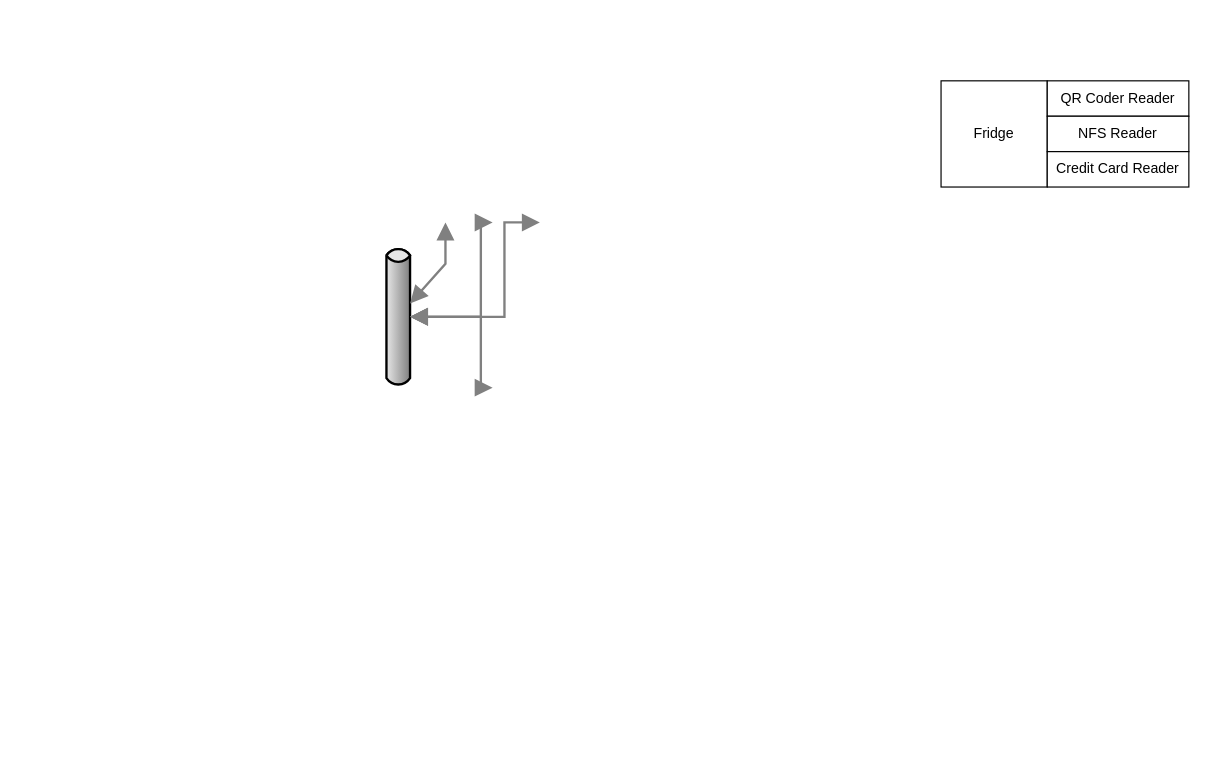
svcher/katas202010 keeps this draw.io diagram as flowdiagrams/Katas2020.drawio. Above is the earlier version. Source tidied: cells renumbered, new cells numbered last; positions are measured from the earlier drawing's top-left corner, leaving out a move shared by most shapes. Both pictures are drawn from the tidied source at 118%, with x=0, y=0 at pixel (327, 80).
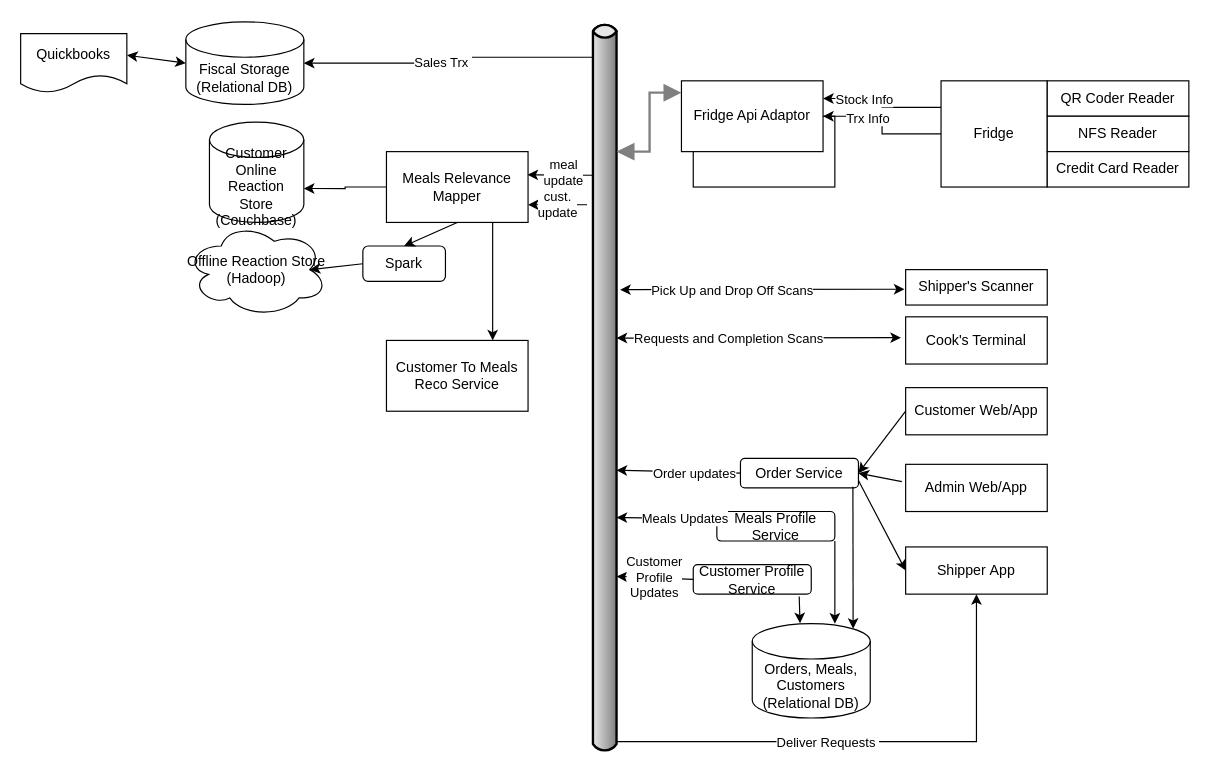
The same diagram, later.

The change refers to these unchanged cells:
```xml
<mxCell id="7" value="Fridge" style="whiteSpace=wrap;html=1;" parent="1" vertex="1">
  <mxGeometry x="520" width="90" height="90" as="geometry" />
</mxCell>
```

What changed in the source:
```diff
@@
+    <mxCell id="11" style="rounded=0;whiteSpace=wrap;html=1;" parent="1" vertex="1">
+      <mxGeometry x="310" y="30" width="120" height="60" as="geometry" />
+    </mxCell>
+    <mxCell id="12" style="edgeStyle=orthogonalEdgeStyle;rounded=0;jettySize=auto;html=1;exitX=0;exitY=0;exitDx=590;exitDy=0;exitPerimeter=0;entryX=1;entryY=0.5;entryDx=0;entryDy=0;entryPerimeter=0;" parent="1" edge="1" source="2" target="21">
+      <mxGeometry relative="1" as="geometry" />
+    </mxCell>
+    <mxCell id="13" value="Sales Trx&amp;nbsp;" style="edgeLabel;html=1;align=center;verticalAlign=middle;" parent="12" vertex="1">
+      <mxGeometry x="0.06" y="-1" relative="1" as="geometry" />
+    </mxCell>
+    <mxCell id="14" style="edgeStyle=orthogonalEdgeStyle;rounded=0;jettySize=auto;html=1;exitX=0;exitY=1;exitDx=10;exitDy=0;exitPerimeter=0;entryX=0.5;entryY=1;entryDx=0;entryDy=0;" parent="1" edge="1" source="2" target="35">
+      <mxGeometry relative="1" as="geometry">
+        <Array as="points">
+          <mxPoint x="550" y="560" />
+        </Array>
+      </mxGeometry>
+    </mxCell>
+    <mxCell id="15" value="Deliver Requests&amp;nbsp;" style="edgeLabel;html=1;align=center;verticalAlign=middle;" parent="14" vertex="1">
+      <mxGeometry x="-0.17" relative="1" as="geometry" />
+    </mxCell>
     <mxCell id="2" style="strokeWidth=2;strokeColor=#000000;dashed=0;align=center;html=1;fontSize=8;shape=mxgraph.eip.messageChannel;rotation=-90;" parent="1" vertex="1">
-      <mxGeometry y="190" width="120" height="20" as="geometry" />
+      <mxGeometry x="-75" y="250" width="620" height="20" as="geometry" />
     </mxCell>
-    <mxCell id="3" style="edgeStyle=elbowEdgeStyle;strokeWidth=2;rounded=0;endArrow=block;startArrow=block;startSize=10;endSize=10;dashed=0;html=1;strokeColor=#808080;" parent="1" edge="1" target="2">
-      <mxGeometry relative="1" as="geometry">
-        <mxPoint x="140" y="260" as="sourcePoint" />
-      </mxGeometry>
-    </mxCell>
-    <mxCell id="4" style="edgeStyle=elbowEdgeStyle;strokeWidth=2;rounded=0;endArrow=block;startArrow=block;startSize=10;endSize=10;dashed=0;html=1;strokeColor=#808080;" parent="1" edge="1" target="2">
-      <mxGeometry relative="1" as="geometry">
-        <mxPoint x="100" y="120" as="sourcePoint" />
-      </mxGeometry>
-    </mxCell>
-    <mxCell id="5" style="edgeStyle=elbowEdgeStyle;strokeWidth=2;rounded=0;endArrow=block;startArrow=block;startSize=10;endSize=10;dashed=0;html=1;strokeColor=#808080;" parent="1" edge="1" target="2">
-      <mxGeometry relative="1" as="geometry">
-        <mxPoint x="140" y="120" as="sourcePoint" />
-      </mxGeometry>
-    </mxCell>
-    <mxCell id="6" style="edgeStyle=elbowEdgeStyle;strokeWidth=2;rounded=0;endArrow=block;startArrow=block;startSize=10;endSize=10;dashed=0;html=1;strokeColor=#808080;" parent="1" edge="1" target="2">
-      <mxGeometry relative="1" as="geometry">
-        <mxPoint x="180" y="120" as="sourcePoint" />
-      </mxGeometry>
+    <mxCell id="6" style="edgeStyle=elbowEdgeStyle;strokeWidth=2;rounded=0;endArrow=block;startArrow=block;startSize=10;endSize=10;dashed=0;html=1;strokeColor=#808080;exitX=0;exitY=0.167;exitDx=0;exitDy=0;exitPerimeter=0;entryX=0;entryY=1;entryDx=510;entryDy=0;entryPerimeter=0;" parent="1" edge="1" source="20" target="2">
+      <mxGeometry relative="1" as="geometry" />
     </mxCell>
+    <mxCell id="16" style="edgeStyle=orthogonalEdgeStyle;rounded=0;jettySize=auto;html=1;exitX=0;exitY=0.25;exitDx=0;exitDy=0;entryX=1;entryY=0.25;entryDx=0;entryDy=0;" parent="1" edge="1" source="7" target="20">
+      <mxGeometry relative="1" as="geometry" />
+    </mxCell>
+    <mxCell id="17" value="Stock Info" style="edgeLabel;html=1;align=center;verticalAlign=middle;" parent="16" vertex="1">
+      <mxGeometry x="0.35" relative="1" as="geometry" />
+    </mxCell>
+    <mxCell id="18" style="edgeStyle=orthogonalEdgeStyle;rounded=0;jettySize=auto;html=1;exitX=0;exitY=0.5;exitDx=0;exitDy=0;" parent="1" edge="1" source="7" target="20">
+      <mxGeometry relative="1" as="geometry" />
+    </mxCell>
+    <mxCell id="19" value="Trx Info" style="edgeLabel;html=1;align=center;verticalAlign=middle;" parent="18" vertex="1">
+      <mxGeometry x="0.36" y="1" relative="1" as="geometry" />
+    </mxCell>
@@
+    <mxCell id="20" value="Fridge Api Adaptor" style="rounded=0;whiteSpace=wrap;html=1;" parent="1" vertex="1">
+      <mxGeometry x="300" width="120" height="60" as="geometry" />
+    </mxCell>
+    <mxCell id="21" value="Fiscal Storage (Relational DB)" style="shape=cylinder3;whiteSpace=wrap;html=1;boundedLbl=1;backgroundOutline=1;size=15;" parent="1" vertex="1">
+      <mxGeometry x="-120" y="-50" width="100" height="70" as="geometry" />
+    </mxCell>
+    <mxCell id="22" value="Quickbooks" style="shape=document;whiteSpace=wrap;html=1;boundedLbl=1;" parent="1" vertex="1">
+      <mxGeometry x="-260" y="-40" width="90" height="50" as="geometry" />
+    </mxCell>
+    <mxCell id="23" style="endArrow=classic;startArrow=classic;html=1;exitX=1.002;exitY=0.366;exitDx=0;exitDy=0;exitPerimeter=0;entryX=0;entryY=0.5;entryDx=0;entryDy=0;entryPerimeter=0;" parent="1" edge="1" source="22" target="21">
+      <mxGeometry relative="1" as="geometry" />
+    </mxCell>
+    <mxCell id="24" value="Customer Online Reaction Store (Couchbase)" style="shape=cylinder3;whiteSpace=wrap;html=1;boundedLbl=1;backgroundOutline=1;size=15;" parent="1" vertex="1">
+      <mxGeometry x="-100" y="35" width="80" height="85" as="geometry" />
+    </mxCell>
+    <mxCell id="25" value="Offline Reaction Store (Hadoop)" style="ellipse;shape=cloud;whiteSpace=wrap;html=1;" parent="1" vertex="1">
+      <mxGeometry x="-120" y="120" width="120" height="80" as="geometry" />
+    </mxCell>
+    <mxCell id="26" style="edgeStyle=orthogonalEdgeStyle;rounded=0;jettySize=auto;html=1;exitX=0;exitY=0.5;exitDx=0;exitDy=0;entryX=1;entryY=0;entryDx=0;entryDy=56.25;entryPerimeter=0;" parent="1" edge="1" source="27" target="24">
+      <mxGeometry relative="1" as="geometry" />
+    </mxCell>
+    <mxCell id="27" value="Meals Relevance Mapper" style="rounded=0;whiteSpace=wrap;html=1;" parent="1" vertex="1">
+      <mxGeometry x="50" y="60" width="120" height="60" as="geometry" />
+    </mxCell>
+    <mxCell id="28" value="Spark" style="rounded=1;whiteSpace=wrap;html=1;" parent="1" vertex="1">
+      <mxGeometry x="30" y="140" width="70" height="30" as="geometry" />
+    </mxCell>
+    <mxCell id="29" style="endArrow=classic;html=1;entryX=0.5;entryY=0;entryDx=0;entryDy=0;exitX=0.5;exitY=1;exitDx=0;exitDy=0;" parent="1" edge="1" source="27" target="28">
+      <mxGeometry relative="1" as="geometry" />
+    </mxCell>
+    <mxCell id="30" style="endArrow=classic;html=1;entryX=0.875;entryY=0.5;entryDx=0;entryDy=0;entryPerimeter=0;exitX=0;exitY=0.5;exitDx=0;exitDy=0;" parent="1" edge="1" source="28" target="25">
+      <mxGeometry relative="1" as="geometry" />
+    </mxCell>
+    <mxCell id="31" style="endArrow=classic;html=1;exitX=0;exitY=0;exitDx=490;exitDy=0;exitPerimeter=0;entryX=0.996;entryY=0.328;entryDx=0;entryDy=0;entryPerimeter=0;" parent="1" edge="1" source="2" target="27">
+      <mxGeometry relative="1" as="geometry" />
+    </mxCell>
+    <mxCell id="32" value="meal&lt;br&gt;update&lt;br&gt;" style="edgeLabel;html=1;align=center;verticalAlign=middle;" parent="31" vertex="1">
+      <mxGeometry x="0.36" y="-1" relative="1" as="geometry">
+        <mxPoint x="12.9" y="-1.3" as="offset" />
+      </mxGeometry>
+    </mxCell>
+    <mxCell id="33" value="cust.&lt;br&gt;update" style="endArrow=classic;html=1;entryX=1;entryY=0.75;entryDx=0;entryDy=0;" parent="1" edge="1" target="27">
+      <mxGeometry relative="1" as="geometry">
+        <mxPoint x="220" y="105" as="sourcePoint" />
+      </mxGeometry>
+    </mxCell>
+    <mxCell id="34" value="Customer Web/App" style="rounded=0;whiteSpace=wrap;html=1;" parent="1" vertex="1">
+      <mxGeometry x="490" y="260" width="120" height="40" as="geometry" />
+    </mxCell>
+    <mxCell id="35" value="Shipper&amp;nbsp;App" style="rounded=0;whiteSpace=wrap;html=1;" parent="1" vertex="1">
+      <mxGeometry x="490" y="395" width="120" height="40" as="geometry" />
+    </mxCell>
+    <mxCell id="36" value="Admin&amp;nbsp;Web/App" style="rounded=0;whiteSpace=wrap;html=1;" parent="1" vertex="1">
+      <mxGeometry x="490" y="325" width="120" height="40" as="geometry" />
+    </mxCell>
+    <mxCell id="37" value="Cook's Terminal" style="rounded=0;whiteSpace=wrap;html=1;" parent="1" vertex="1">
+      <mxGeometry x="490" y="200" width="120" height="40" as="geometry" />
+    </mxCell>
+    <mxCell id="38" value="Shipper's&amp;nbsp;Scanner" style="rounded=0;whiteSpace=wrap;html=1;" parent="1" vertex="1">
+      <mxGeometry x="490" y="160" width="120" height="30" as="geometry" />
+    </mxCell>
+    <mxCell id="39" value="Order Service" style="rounded=1;whiteSpace=wrap;html=1;" parent="1" vertex="1">
+      <mxGeometry x="350" y="320" width="100" height="25" as="geometry" />
+    </mxCell>
+    <mxCell id="40" value="Meals Profile Service" style="rounded=1;whiteSpace=wrap;html=1;" parent="1" vertex="1">
+      <mxGeometry x="330" y="365" width="100" height="25" as="geometry" />
+    </mxCell>
+    <mxCell id="41" value="Customer Profile Service" style="rounded=1;whiteSpace=wrap;html=1;" parent="1" vertex="1">
+      <mxGeometry x="310" y="410" width="100" height="25" as="geometry" />
+    </mxCell>
+    <mxCell id="42" value="Orders, Meals, Customers (Relational DB)" style="shape=cylinder3;whiteSpace=wrap;html=1;boundedLbl=1;backgroundOutline=1;size=15;" parent="1" vertex="1">
+      <mxGeometry x="360" y="460" width="100" height="80" as="geometry" />
+    </mxCell>
+    <mxCell id="43" style="endArrow=classic;html=1;entryX=0.855;entryY=0;entryDx=0;entryDy=4.35;entryPerimeter=0;exitX=0.953;exitY=0.96;exitDx=0;exitDy=0;exitPerimeter=0;" parent="1" edge="1" source="39" target="42">
+      <mxGeometry relative="1" as="geometry" />
+    </mxCell>
+    <mxCell id="44" style="endArrow=classic;html=1;entryX=0.7;entryY=0;entryDx=0;entryDy=0;entryPerimeter=0;exitX=1;exitY=1;exitDx=0;exitDy=0;" parent="1" edge="1" source="40" target="42">
+      <mxGeometry relative="1" as="geometry" />
+    </mxCell>
+    <mxCell id="45" style="endArrow=classic;html=1;entryX=0.405;entryY=-0.004;entryDx=0;entryDy=0;entryPerimeter=0;exitX=0.898;exitY=1.077;exitDx=0;exitDy=0;exitPerimeter=0;" parent="1" edge="1" source="41" target="42">
+      <mxGeometry relative="1" as="geometry" />
+    </mxCell>
+    <mxCell id="46" style="endArrow=classic;html=1;entryX=0;entryY=1;entryDx=240;entryDy=0;entryPerimeter=0;exitX=0;exitY=0.5;exitDx=0;exitDy=0;" parent="1" edge="1" source="39" target="2">
+      <mxGeometry relative="1" as="geometry" />
+    </mxCell>
+    <mxCell id="47" value="Order updates" style="edgeLabel;html=1;align=center;verticalAlign=middle;" parent="46" vertex="1">
+      <mxGeometry x="0.47" relative="1" as="geometry">
+        <mxPoint x="37.2" y="1.8" as="offset" />
+      </mxGeometry>
+    </mxCell>
+    <mxCell id="48" style="endArrow=classic;html=1;entryX=0;entryY=1;entryDx=200;entryDy=0;entryPerimeter=0;exitX=0;exitY=0.25;exitDx=0;exitDy=0;" parent="1" edge="1" source="40" target="2">
+      <mxGeometry relative="1" as="geometry" />
+    </mxCell>
+    <mxCell id="49" value="Meals Updates" style="edgeLabel;html=1;align=center;verticalAlign=middle;" parent="48" vertex="1">
+      <mxGeometry x="-0.34" relative="1" as="geometry" />
+    </mxCell>
+    <mxCell id="50" value="Customer&lt;br&gt;Profile&lt;br&gt;Updates" style="endArrow=classic;html=1;entryX=0;entryY=1;entryDx=150;entryDy=0;entryPerimeter=0;exitX=0;exitY=0.5;exitDx=0;exitDy=0;" parent="1" edge="1" source="41" target="2">
+      <mxGeometry relative="1" as="geometry" />
+    </mxCell>
+    <mxCell id="51" style="endArrow=classic;html=1;entryX=1;entryY=0.5;entryDx=0;entryDy=0;exitX=-0.027;exitY=0.367;exitDx=0;exitDy=0;exitPerimeter=0;" parent="1" edge="1" source="36" target="39">
+      <mxGeometry relative="1" as="geometry" />
+    </mxCell>
+    <mxCell id="52" style="endArrow=classic;html=1;entryX=1;entryY=0.5;entryDx=0;entryDy=0;exitX=0;exitY=0.5;exitDx=0;exitDy=0;" parent="1" edge="1" source="34" target="39">
+      <mxGeometry relative="1" as="geometry" />
+    </mxCell>
+    <mxCell id="53" style="endArrow=classic;startArrow=classic;html=1;entryX=-0.033;entryY=0.441;entryDx=0;entryDy=0;entryPerimeter=0;" parent="1" edge="1" target="37">
+      <mxGeometry relative="1" as="geometry">
+        <mxPoint x="245" y="218" as="sourcePoint" />
+      </mxGeometry>
+    </mxCell>
+    <mxCell id="54" value="Requests and Completion Scans" style="edgeLabel;html=1;align=center;verticalAlign=middle;" parent="53" vertex="1">
+      <mxGeometry x="-0.22" y="-1" relative="1" as="geometry" />
+    </mxCell>
+    <mxCell id="55" style="endArrow=classic;startArrow=classic;html=1;entryX=-0.033;entryY=0.441;entryDx=0;entryDy=0;entryPerimeter=0;" parent="1" edge="1">
+      <mxGeometry relative="1" as="geometry">
+        <mxPoint x="248" y="177" as="sourcePoint" />
+        <mxPoint x="489" y="176.6" as="targetPoint" />
+      </mxGeometry>
+    </mxCell>
+    <mxCell id="56" value="Pick Up and Drop Off Scans" style="edgeLabel;html=1;align=center;verticalAlign=middle;" parent="55" vertex="1">
+      <mxGeometry x="-0.22" y="-1" relative="1" as="geometry" />
+    </mxCell>
+    <mxCell id="57" style="endArrow=classic;html=1;entryX=0;entryY=0.5;entryDx=0;entryDy=0;exitX=1;exitY=0.75;exitDx=0;exitDy=0;" parent="1" edge="1" source="39" target="35">
+      <mxGeometry relative="1" as="geometry" />
+    </mxCell>
+    <mxCell id="58" value="Customer To Meals Reco Service" style="rounded=0;whiteSpace=wrap;html=1;" parent="1" vertex="1">
+      <mxGeometry x="50" y="220" width="120" height="60" as="geometry" />
+    </mxCell>
+    <mxCell id="59" style="endArrow=classic;html=1;entryX=0.75;entryY=0;entryDx=0;entryDy=0;exitX=0.75;exitY=1;exitDx=0;exitDy=0;" parent="1" edge="1" source="27" target="58">
+      <mxGeometry relative="1" as="geometry" />
+    </mxCell>
```
